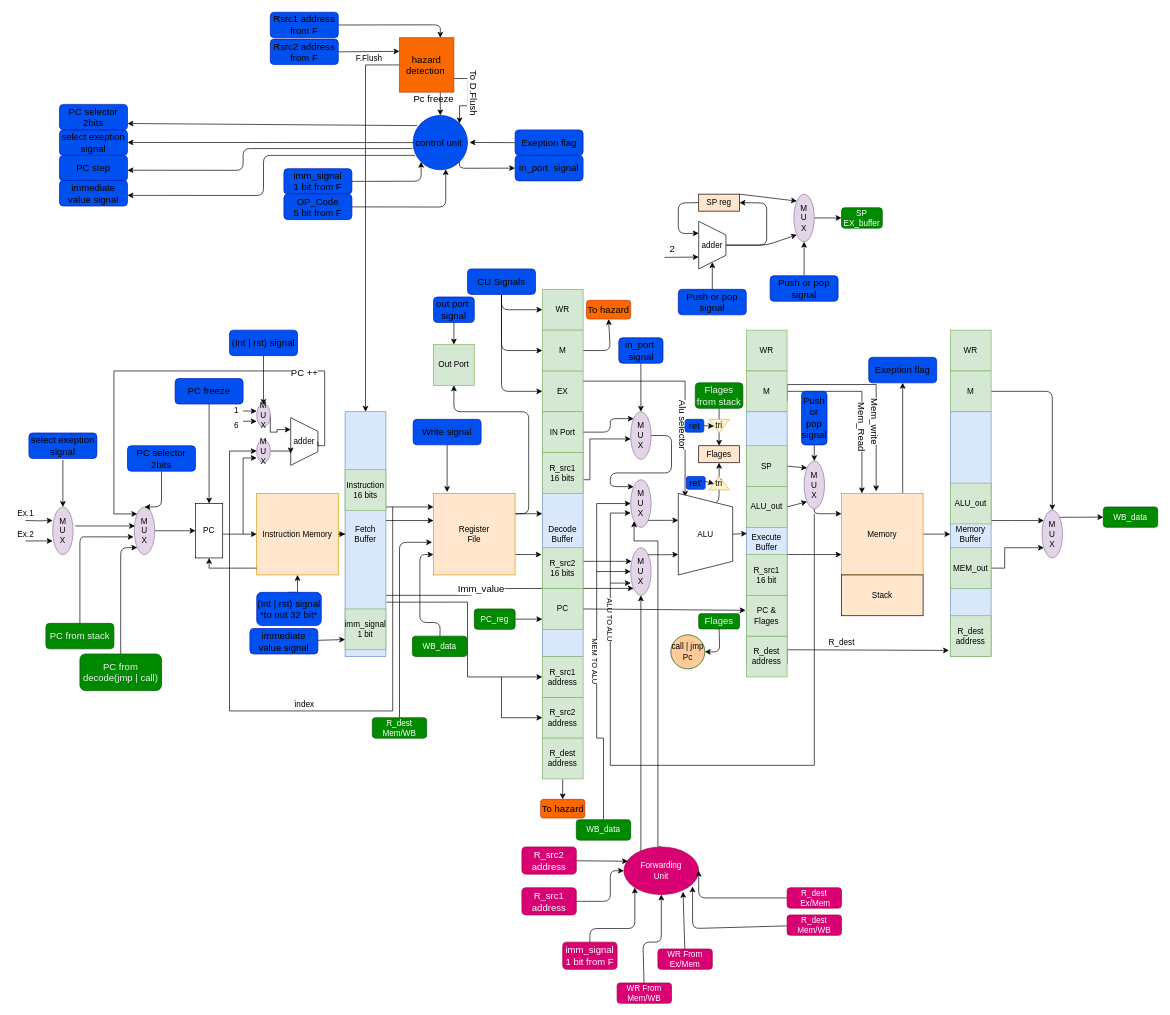
Above: labeled_Schema.drawio in menna15/RISCPiP (draw.io), before the change. Source tidied: cells renumbered, new cells numbered last; positions are measured from the earlier drawing's top-left corner, leaving out a move shared by most shapes. Both pictures are drawn from the tidied source at 68%, with x=0, y=0 at pixel (12, 12).
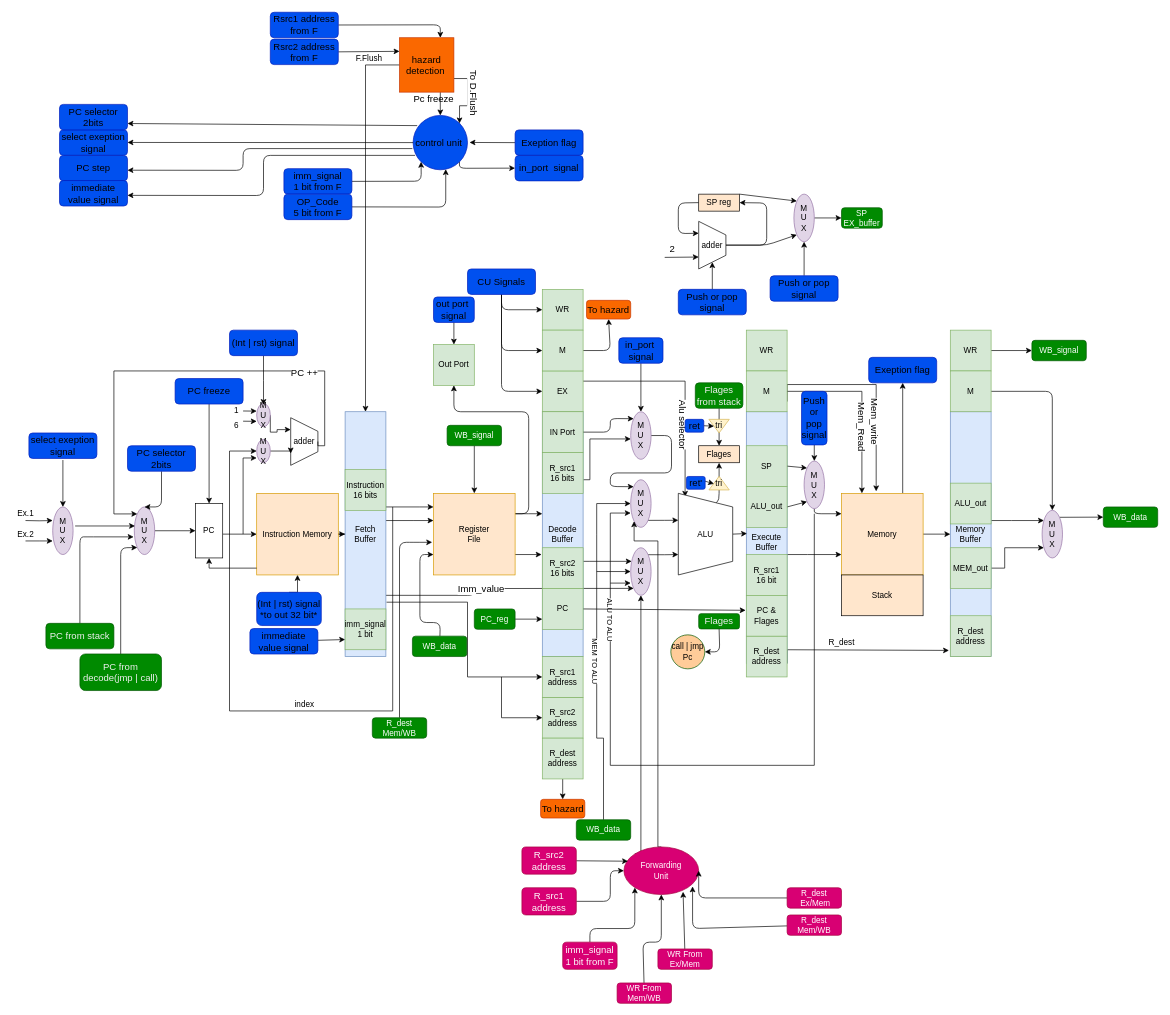
After the change.

Commit message:
write_back signal

The change refers to these unchanged cells:
```xml
<mxCell id="24" value="&lt;div&gt;&lt;font color=&quot;#000000&quot;&gt;Register&lt;/font&gt;&lt;/div&gt;&lt;div&gt;&lt;font color=&quot;#000000&quot;&gt; File&lt;/font&gt;&lt;/div&gt;" style="whiteSpace=wrap;html=1;fillColor=#ffe6cc;strokeColor=#d79b00;" parent="1" vertex="1">
  <mxGeometry x="620" y="708" width="120" height="120" as="geometry" />
</mxCell>
<mxCell id="57" value="&lt;font color=&quot;#000000&quot;&gt;WR&lt;/font&gt;" style="whiteSpace=wrap;html=1;fillColor=#d5e8d4;strokeColor=#82b366;" parent="1" vertex="1">
  <mxGeometry x="1380" y="468" width="60" height="60" as="geometry" />
</mxCell>
```

The edit, as a diff of the source:
```diff
@@
+    <mxCell id="224" style="edgeStyle=none;html=1;exitX=1;exitY=0.5;exitDx=0;exitDy=0;entryX=0;entryY=0.5;entryDx=0;entryDy=0;" parent="1" edge="1" source="57" target="225">
+      <mxGeometry relative="1" as="geometry" />
+    </mxCell>
@@
-    <mxCell id="74" style="edgeStyle=none;html=1;exitX=0.5;exitY=1;exitDx=0;exitDy=0;" parent="1" edge="1" source="149">
-      <mxGeometry relative="1" as="geometry">
-        <mxPoint x="640" y="706" as="targetPoint" />
-      </mxGeometry>
-    </mxCell>
@@
-    <mxCell id="149" value="&lt;span style=&quot;font-size: 14px&quot;&gt;&lt;font color=&quot;#000000&quot;&gt;Write signal&lt;/font&gt;&lt;/span&gt;" style="rounded=1;whiteSpace=wrap;html=1;fillColor=#0050ef;strokeColor=#001DBC;fontColor=#ffffff;" parent="1" vertex="1">
-      <mxGeometry x="590" y="599.2" width="100" height="37.5" as="geometry" />
-    </mxCell>
@@
+    <mxCell id="225" value="WB_signal" style="rounded=1;whiteSpace=wrap;html=1;fillColor=#008a00;strokeColor=#005700;fontColor=#ffffff;" parent="1" vertex="1">
+      <mxGeometry x="1500" y="483" width="80" height="30" as="geometry" />
+    </mxCell>
+    <mxCell id="226" style="edgeStyle=none;html=1;" parent="1" edge="1" source="227" target="24">
+      <mxGeometry relative="1" as="geometry" />
+    </mxCell>
+    <mxCell id="227" value="WB_signal" style="rounded=1;whiteSpace=wrap;html=1;fillColor=#008a00;strokeColor=#005700;fontColor=#ffffff;" parent="1" vertex="1">
+      <mxGeometry x="640" y="608" width="80" height="30" as="geometry" />
+    </mxCell>
```
